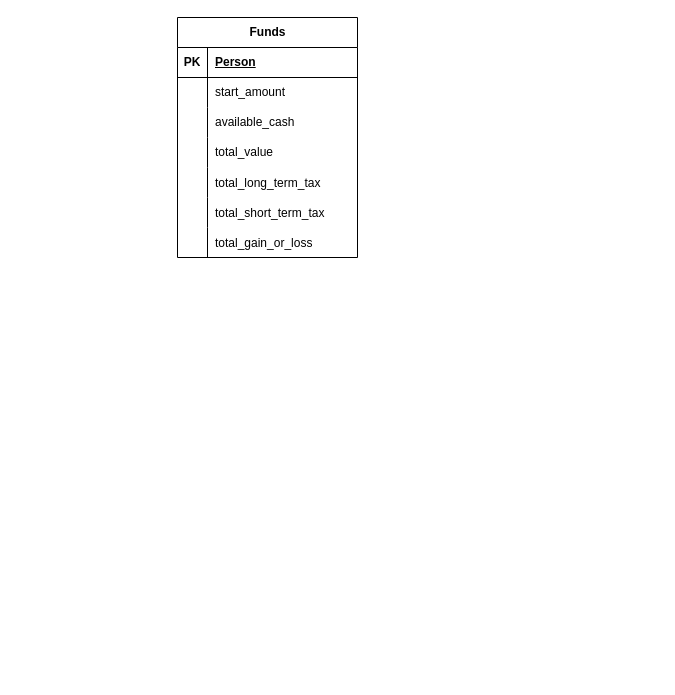
Before: EERD.drawio in sagnikbanerjee15/indian_stock_market_simulator, a draw.io diagram. Source tidied: cells renumbered, new cells numbered last; positions are measured from the earlier drawing's top-left corner, leaving out a move shared by most shapes. Both pictures are drawn from the tidied source at 100%, with x=0, y=0 at pixel (177, 17).
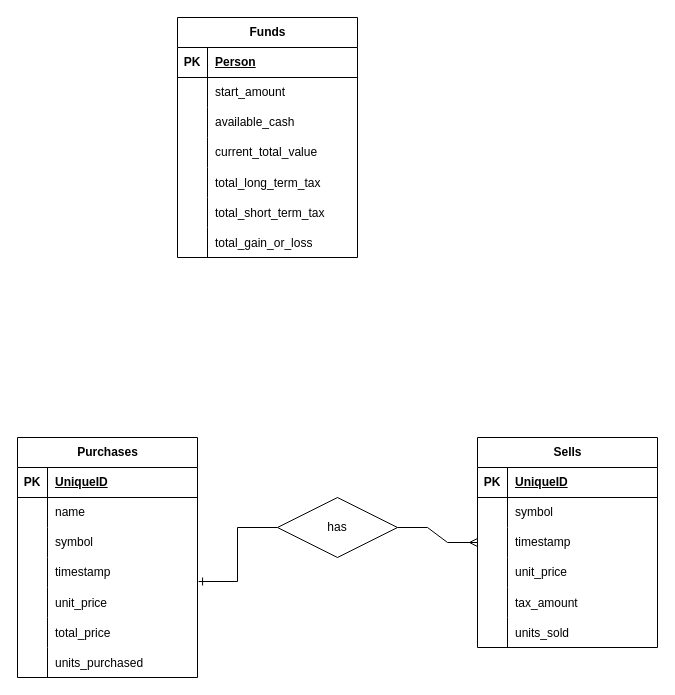
After the change.

The change refers to these unchanged cells:
```xml
<mxCell id="12" style="shape=tableRow;horizontal=0;startSize=0;swimlaneHead=0;swimlaneBody=0;fillColor=none;top=0;left=0;right=0;bottom=0;" parent="2" vertex="1">
  <mxGeometry y="120" width="180" height="30" as="geometry" />
</mxCell>
```

Diff of the diagram source:
```diff
@@
-    <mxCell id="14" value="total_value" style="shape=partialRectangle;fillColor=none;top=0;left=0;bottom=0;right=0;align=left;spacingLeft=6;overflow=hidden;whiteSpace=wrap;html=1;" parent="12" vertex="1">
+    <mxCell id="14" value="current_total_value" style="shape=partialRectangle;fillColor=none;top=0;left=0;bottom=0;right=0;align=left;spacingLeft=6;overflow=hidden;whiteSpace=wrap;html=1;" parent="12" vertex="1">
       <mxGeometry x="30" width="150" height="30" as="geometry" />
     </mxCell>
@@
+    <mxCell id="24" value="Purchases" style="shape=table;startSize=30;childLayout=tableLayout;rowLines=0;fontStyle=1;align=center;html=1;" parent="1" vertex="1">
+      <mxGeometry x="-160" y="420" width="180" height="240" as="geometry" />
+    </mxCell>
+    <mxCell id="25" style="shape=tableRow;horizontal=0;startSize=0;swimlaneHead=0;swimlaneBody=0;fillColor=none;top=0;left=0;right=0;bottom=1;" parent="24" vertex="1">
+      <mxGeometry y="30" width="180" height="30" as="geometry" />
+    </mxCell>
+    <mxCell id="26" value="PK" style="shape=partialRectangle;fillColor=none;top=0;left=0;bottom=0;right=0;fontStyle=1;overflow=hidden;whiteSpace=wrap;html=1;" parent="25" vertex="1">
+      <mxGeometry width="30" height="30" as="geometry" />
+    </mxCell>
+    <mxCell id="27" value="UniqueID" style="shape=partialRectangle;fillColor=none;top=0;left=0;bottom=0;right=0;align=left;spacingLeft=6;fontStyle=5;overflow=hidden;whiteSpace=wrap;html=1;" parent="25" vertex="1">
+      <mxGeometry x="30" width="150" height="30" as="geometry" />
+    </mxCell>
+    <mxCell id="28" style="shape=tableRow;horizontal=0;startSize=0;swimlaneHead=0;swimlaneBody=0;fillColor=none;top=0;left=0;right=0;bottom=0;" parent="24" vertex="1">
+      <mxGeometry y="60" width="180" height="30" as="geometry" />
+    </mxCell>
+    <mxCell id="29" style="shape=partialRectangle;fillColor=none;top=0;left=0;bottom=0;right=0;overflow=hidden;whiteSpace=wrap;html=1;" parent="28" vertex="1">
+      <mxGeometry width="30" height="30" as="geometry" />
+    </mxCell>
+    <mxCell id="30" value="name" style="shape=partialRectangle;fillColor=none;top=0;left=0;bottom=0;right=0;align=left;spacingLeft=6;overflow=hidden;whiteSpace=wrap;html=1;" parent="28" vertex="1">
+      <mxGeometry x="30" width="150" height="30" as="geometry" />
+    </mxCell>
+    <mxCell id="31" style="shape=tableRow;horizontal=0;startSize=0;swimlaneHead=0;swimlaneBody=0;fillColor=none;top=0;left=0;right=0;bottom=0;" parent="24" vertex="1">
+      <mxGeometry y="90" width="180" height="30" as="geometry" />
+    </mxCell>
+    <mxCell id="32" style="shape=partialRectangle;fillColor=none;top=0;left=0;bottom=0;right=0;overflow=hidden;whiteSpace=wrap;html=1;" parent="31" vertex="1">
+      <mxGeometry width="30" height="30" as="geometry" />
+    </mxCell>
+    <mxCell id="33" value="symbol" style="shape=partialRectangle;fillColor=none;top=0;left=0;bottom=0;right=0;align=left;spacingLeft=6;overflow=hidden;whiteSpace=wrap;html=1;" parent="31" vertex="1">
+      <mxGeometry x="30" width="150" height="30" as="geometry" />
+    </mxCell>
+    <mxCell id="34" style="shape=tableRow;horizontal=0;startSize=0;swimlaneHead=0;swimlaneBody=0;fillColor=none;points=[[0,0.5],[1,0.5]];portConstraint=eastwest;top=0;left=0;right=0;bottom=0;" parent="24" vertex="1">
+      <mxGeometry y="120" width="180" height="30" as="geometry" />
+    </mxCell>
+    <mxCell id="35" style="shape=partialRectangle;fillColor=none;top=0;left=0;bottom=0;right=0;overflow=hidden;whiteSpace=wrap;html=1;" parent="34" vertex="1">
+      <mxGeometry width="30" height="30" as="geometry" />
+    </mxCell>
+    <mxCell id="36" value="timestamp" style="shape=partialRectangle;fillColor=none;top=0;left=0;bottom=0;right=0;align=left;spacingLeft=6;overflow=hidden;whiteSpace=wrap;html=1;" parent="34" vertex="1">
+      <mxGeometry x="30" width="150" height="30" as="geometry" />
+    </mxCell>
+    <mxCell id="37" style="shape=tableRow;horizontal=0;startSize=0;swimlaneHead=0;swimlaneBody=0;fillColor=none;top=0;left=0;right=0;bottom=0;" parent="24" vertex="1">
+      <mxGeometry y="150" width="180" height="30" as="geometry" />
+    </mxCell>
+    <mxCell id="38" style="shape=partialRectangle;fillColor=none;top=0;left=0;bottom=0;right=0;overflow=hidden;" parent="37" vertex="1">
+      <mxGeometry width="30" height="30" as="geometry" />
+    </mxCell>
+    <mxCell id="39" value="unit_price" style="shape=partialRectangle;fillColor=none;top=0;left=0;bottom=0;right=0;align=left;spacingLeft=6;overflow=hidden;" parent="37" vertex="1">
+      <mxGeometry x="30" width="150" height="30" as="geometry" />
+    </mxCell>
+    <mxCell id="40" style="shape=tableRow;horizontal=0;startSize=0;swimlaneHead=0;swimlaneBody=0;fillColor=none;top=0;left=0;right=0;bottom=0;" parent="24" vertex="1">
+      <mxGeometry y="180" width="180" height="30" as="geometry" />
+    </mxCell>
+    <mxCell id="41" style="shape=partialRectangle;fillColor=none;top=0;left=0;bottom=0;right=0;overflow=hidden;" parent="40" vertex="1">
+      <mxGeometry width="30" height="30" as="geometry" />
+    </mxCell>
+    <mxCell id="42" value="total_price" style="shape=partialRectangle;fillColor=none;top=0;left=0;bottom=0;right=0;align=left;spacingLeft=6;overflow=hidden;" parent="40" vertex="1">
+      <mxGeometry x="30" width="150" height="30" as="geometry" />
+    </mxCell>
+    <mxCell id="43" style="shape=tableRow;horizontal=0;startSize=0;swimlaneHead=0;swimlaneBody=0;fillColor=none;top=0;left=0;right=0;bottom=0;" parent="24" vertex="1">
+      <mxGeometry y="210" width="180" height="30" as="geometry" />
+    </mxCell>
+    <mxCell id="44" style="shape=partialRectangle;fillColor=none;top=0;left=0;bottom=0;right=0;overflow=hidden;" parent="43" vertex="1">
+      <mxGeometry width="30" height="30" as="geometry" />
+    </mxCell>
+    <mxCell id="45" value="units_purchased" style="shape=partialRectangle;fillColor=none;top=0;left=0;bottom=0;right=0;align=left;spacingLeft=6;overflow=hidden;" parent="43" vertex="1">
+      <mxGeometry x="30" width="150" height="30" as="geometry" />
+    </mxCell>
+    <mxCell id="46" value="Sells" style="shape=table;startSize=30;childLayout=tableLayout;rowLines=0;fontStyle=1;align=center;html=1;" parent="1" vertex="1">
+      <mxGeometry x="300" y="420" width="180" height="210" as="geometry" />
+    </mxCell>
+    <mxCell id="47" style="shape=tableRow;horizontal=0;startSize=0;swimlaneHead=0;swimlaneBody=0;fillColor=none;top=0;left=0;right=0;bottom=1;" parent="46" vertex="1">
+      <mxGeometry y="30" width="180" height="30" as="geometry" />
+    </mxCell>
+    <mxCell id="48" value="PK" style="shape=partialRectangle;fillColor=none;top=0;left=0;bottom=0;right=0;fontStyle=1;overflow=hidden;whiteSpace=wrap;html=1;" parent="47" vertex="1">
+      <mxGeometry width="30" height="30" as="geometry" />
+    </mxCell>
+    <mxCell id="49" value="UniqueID" style="shape=partialRectangle;fillColor=none;top=0;left=0;bottom=0;right=0;align=left;spacingLeft=6;fontStyle=5;overflow=hidden;whiteSpace=wrap;html=1;" parent="47" vertex="1">
+      <mxGeometry x="30" width="150" height="30" as="geometry" />
+    </mxCell>
+    <mxCell id="50" style="shape=tableRow;horizontal=0;startSize=0;swimlaneHead=0;swimlaneBody=0;fillColor=none;top=0;left=0;right=0;bottom=0;" parent="46" vertex="1">
+      <mxGeometry y="60" width="180" height="30" as="geometry" />
+    </mxCell>
+    <mxCell id="51" style="shape=partialRectangle;fillColor=none;top=0;left=0;bottom=0;right=0;overflow=hidden;whiteSpace=wrap;html=1;" parent="50" vertex="1">
+      <mxGeometry width="30" height="30" as="geometry" />
+    </mxCell>
+    <mxCell id="52" value="symbol" style="shape=partialRectangle;fillColor=none;top=0;left=0;bottom=0;right=0;align=left;spacingLeft=6;overflow=hidden;whiteSpace=wrap;html=1;" parent="50" vertex="1">
+      <mxGeometry x="30" width="150" height="30" as="geometry" />
+    </mxCell>
+    <mxCell id="53" style="shape=tableRow;horizontal=0;startSize=0;swimlaneHead=0;swimlaneBody=0;fillColor=none;points=[[0,0.5],[1,0.5]];portConstraint=eastwest;top=0;left=0;right=0;bottom=0;" parent="46" vertex="1">
+      <mxGeometry y="90" width="180" height="30" as="geometry" />
+    </mxCell>
+    <mxCell id="54" style="shape=partialRectangle;fillColor=none;top=0;left=0;bottom=0;right=0;overflow=hidden;whiteSpace=wrap;html=1;" parent="53" vertex="1">
+      <mxGeometry width="30" height="30" as="geometry" />
+    </mxCell>
+    <mxCell id="55" value="timestamp" style="shape=partialRectangle;fillColor=none;top=0;left=0;bottom=0;right=0;align=left;spacingLeft=6;overflow=hidden;whiteSpace=wrap;html=1;" parent="53" vertex="1">
+      <mxGeometry x="30" width="150" height="30" as="geometry" />
+    </mxCell>
+    <mxCell id="56" style="shape=tableRow;horizontal=0;startSize=0;swimlaneHead=0;swimlaneBody=0;fillColor=none;top=0;left=0;right=0;bottom=0;" parent="46" vertex="1">
+      <mxGeometry y="120" width="180" height="30" as="geometry" />
+    </mxCell>
+    <mxCell id="57" style="shape=partialRectangle;fillColor=none;top=0;left=0;bottom=0;right=0;overflow=hidden;whiteSpace=wrap;html=1;" parent="56" vertex="1">
+      <mxGeometry width="30" height="30" as="geometry" />
+    </mxCell>
+    <mxCell id="58" value="unit_price" style="shape=partialRectangle;fillColor=none;top=0;left=0;bottom=0;right=0;align=left;spacingLeft=6;overflow=hidden;whiteSpace=wrap;html=1;" parent="56" vertex="1">
+      <mxGeometry x="30" width="150" height="30" as="geometry" />
+    </mxCell>
+    <mxCell id="59" style="shape=tableRow;horizontal=0;startSize=0;swimlaneHead=0;swimlaneBody=0;fillColor=none;top=0;left=0;right=0;bottom=0;" parent="46" vertex="1">
+      <mxGeometry y="150" width="180" height="30" as="geometry" />
+    </mxCell>
+    <mxCell id="60" style="shape=partialRectangle;fillColor=none;top=0;left=0;bottom=0;right=0;overflow=hidden;" parent="59" vertex="1">
+      <mxGeometry width="30" height="30" as="geometry" />
+    </mxCell>
+    <mxCell id="61" value="tax_amount" style="shape=partialRectangle;fillColor=none;top=0;left=0;bottom=0;right=0;align=left;spacingLeft=6;overflow=hidden;" parent="59" vertex="1">
+      <mxGeometry x="30" width="150" height="30" as="geometry" />
+    </mxCell>
+    <mxCell id="62" style="shape=tableRow;horizontal=0;startSize=0;swimlaneHead=0;swimlaneBody=0;fillColor=none;top=0;left=0;right=0;bottom=0;" parent="46" vertex="1">
+      <mxGeometry y="180" width="180" height="30" as="geometry" />
+    </mxCell>
+    <mxCell id="63" style="shape=partialRectangle;fillColor=none;top=0;left=0;bottom=0;right=0;overflow=hidden;" parent="62" vertex="1">
+      <mxGeometry width="30" height="30" as="geometry" />
+    </mxCell>
+    <mxCell id="64" value="units_sold" style="shape=partialRectangle;fillColor=none;top=0;left=0;bottom=0;right=0;align=left;spacingLeft=6;overflow=hidden;" parent="62" vertex="1">
+      <mxGeometry x="30" width="150" height="30" as="geometry" />
+    </mxCell>
+    <mxCell id="65" value="has" style="shape=rhombus;perimeter=rhombusPerimeter;whiteSpace=wrap;html=1;align=center;" parent="1" vertex="1">
+      <mxGeometry x="100" y="480" width="120" height="60" as="geometry" />
+    </mxCell>
+    <mxCell id="66" style="edgeStyle=orthogonalEdgeStyle;fontSize=12;html=1;endArrow=ERone;endFill=1;rounded=0;entryX=1.006;entryY=0.8;entryDx=0;entryDy=0;entryPerimeter=0;exitX=0;exitY=0.5;exitDx=0;exitDy=0;" parent="1" edge="1" source="65" target="34">
+      <mxGeometry relative="1" as="geometry" />
+    </mxCell>
+    <mxCell id="67" style="edgeStyle=entityRelationEdgeStyle;fontSize=12;html=1;endArrow=ERmany;rounded=0;entryX=0;entryY=0.5;entryDx=0;entryDy=0;" parent="1" edge="1" source="65" target="53">
+      <mxGeometry relative="1" as="geometry" />
+    </mxCell>
```
